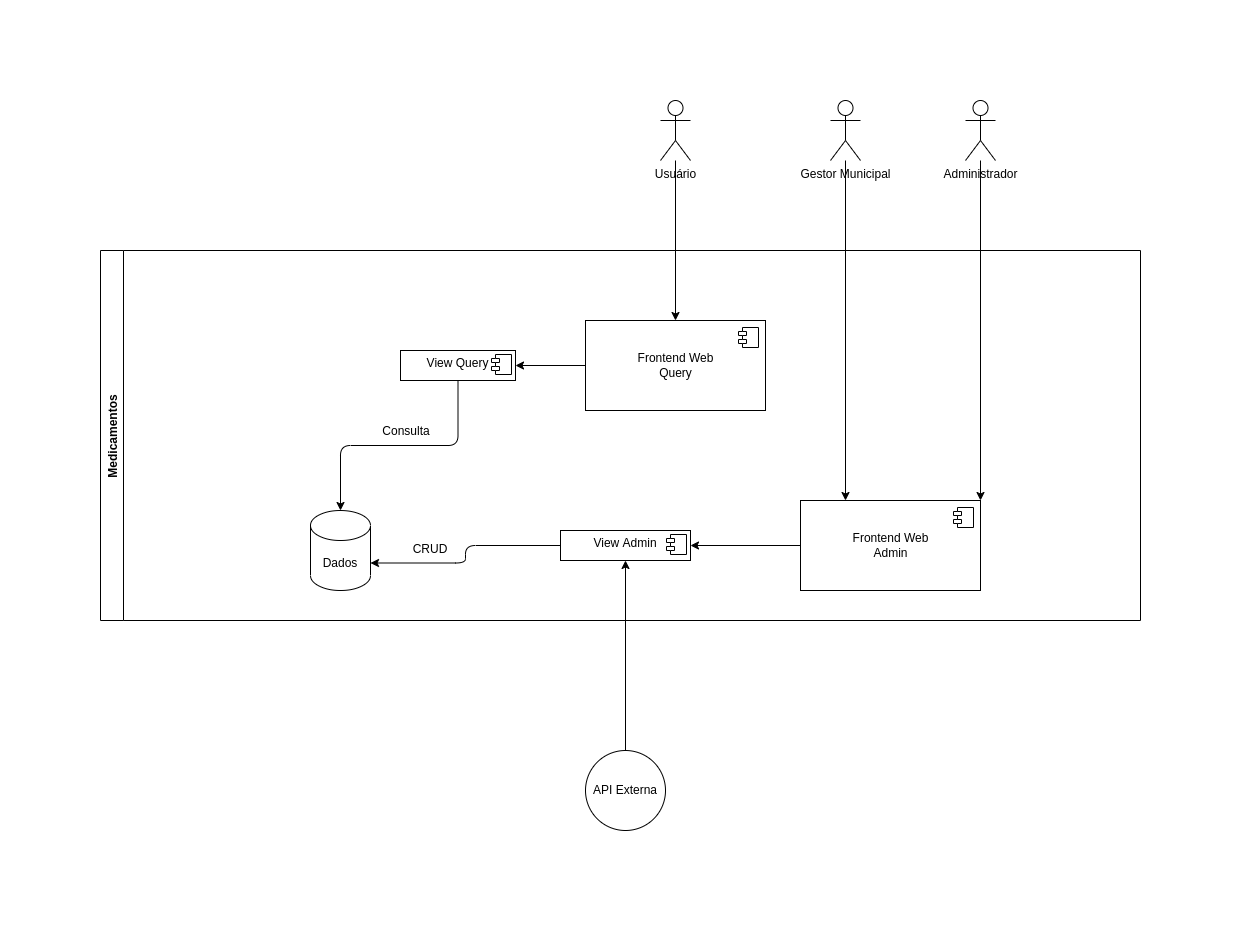
Before: medicamentos/imgs/Proposta-arquitetura.png, a diagram exported from draw.io (rbrthmn/software-design-2021). Source tidied: cells renumbered, new cells last; positions are measured from the earlier drawing's top-left corner, leaving out a move shared by most shapes.
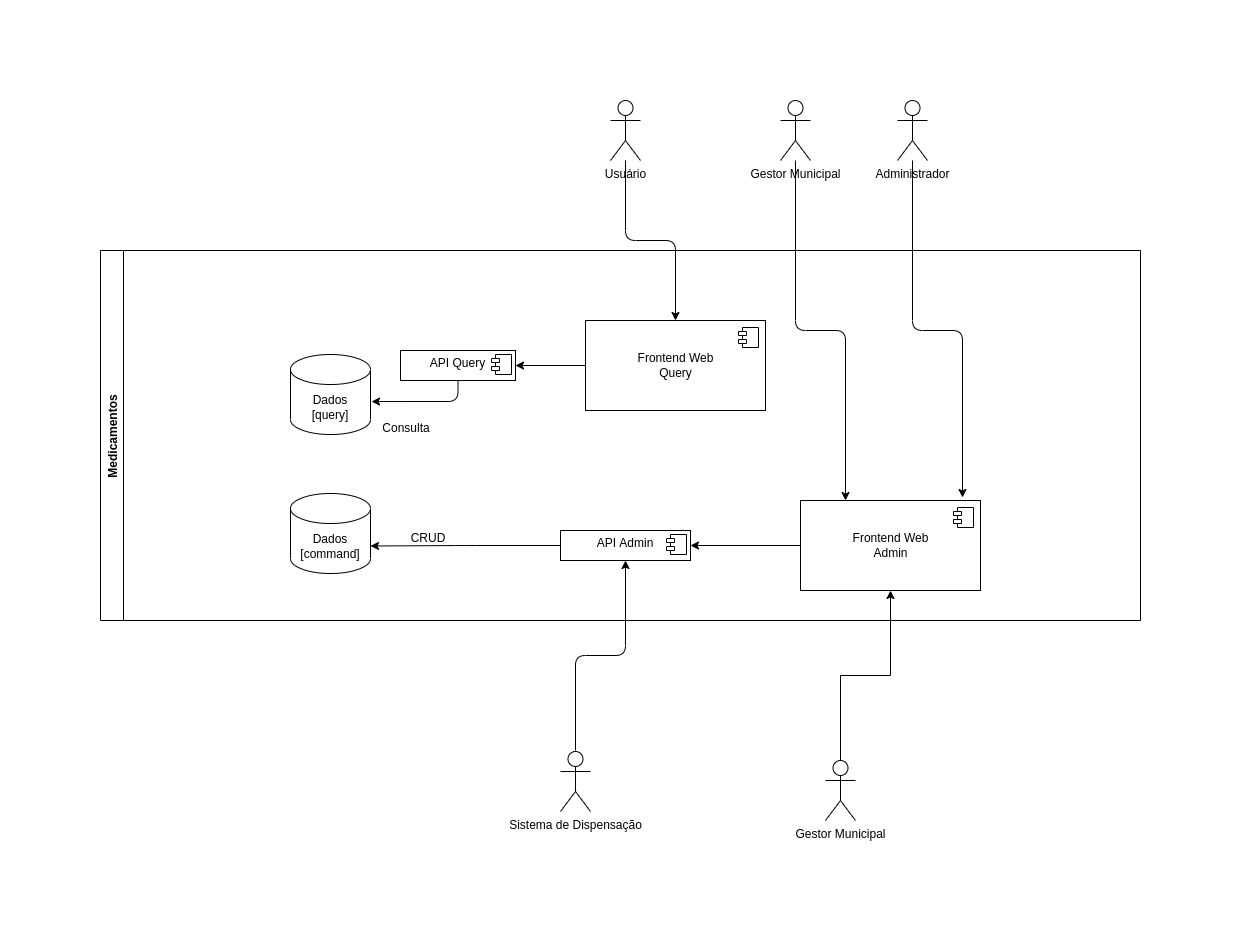
The same file after the commit.

Commit message:
adicionado banco de query

Diff of the diagram source:
```diff
@@ -2,17 +2,16 @@
   <root>
     <mxCell id="0" />
     <mxCell id="1" parent="0" />
-    <mxCell id="2" style="edgeStyle=orthogonalEdgeStyle;rounded=1;jettySize=auto;html=1;entryX=0.5;entryY=1;entryDx=0;entryDy=0;" parent="1" edge="1" source="3" target="13">
-      <mxGeometry relative="1" as="geometry" />
+    <mxCell id="2" style="edgeStyle=orthogonalEdgeStyle;rounded=1;jettySize=auto;html=1;entryX=0.5;entryY=1;entryDx=0;entryDy=0;" parent="1" edge="1" target="13">
+      <mxGeometry relative="1" as="geometry">
+        <mxPoint x="525" y="650" as="sourcePoint" />
+      </mxGeometry>
     </mxCell>
-    <mxCell id="3" value="API Externa" style="ellipse;whiteSpace=wrap;html=1;" parent="1" vertex="1">
-      <mxGeometry x="485" y="650" width="80" height="80" as="geometry" />
-    </mxCell>
-    <mxCell id="4" style="edgeStyle=orthogonalEdgeStyle;rounded=1;jettySize=auto;html=1;entryX=1;entryY=0;entryDx=0;entryDy=0;" parent="1" edge="1" source="5" target="21">
+    <mxCell id="4" style="edgeStyle=orthogonalEdgeStyle;rounded=1;jettySize=auto;html=1;entryX=0.9;entryY=-0.033;entryDx=0;entryDy=0;entryPerimeter=0;" parent="1" edge="1" source="5" target="21">
       <mxGeometry relative="1" as="geometry" />
     </mxCell>
     <mxCell id="5" value="Administrador" style="shape=umlActor;verticalLabelPosition=bottom;verticalAlign=top;html=1;outlineConnect=0;" parent="1" vertex="1">
-      <mxGeometry x="865" width="30" height="60" as="geometry" />
+      <mxGeometry x="847" width="30" height="60" as="geometry" />
     </mxCell>
     <mxCell id="6" style="edgeStyle=orthogonalEdgeStyle;rounded=1;jettySize=auto;html=1;entryX=0.25;entryY=0;entryDx=0;entryDy=0;" parent="1" edge="1" source="7" target="21">
       <mxGeometry relative="1" as="geometry" />
@@ -27,15 +26,15 @@
       <mxGeometry x="560" width="30" height="60" as="geometry" />
     </mxCell>
     <mxCell id="10" value="Medicamentos" style="swimlane;horizontal=0;" parent="1" vertex="1">
-      <mxGeometry y="150" width="1040" height="370" as="geometry" />
+      <mxGeometry x="50" y="150" width="1040" height="370" as="geometry" />
     </mxCell>
-    <mxCell id="11" style="edgeStyle=orthogonalEdgeStyle;rounded=1;jettySize=auto;html=1;entryX=0.5;entryY=0;entryDx=0;entryDy=0;entryPerimeter=0;exitX=0.5;exitY=1;exitDx=0;exitDy=0;" parent="10" edge="1" source="16" target="15">
+    <mxCell id="11" style="edgeStyle=orthogonalEdgeStyle;rounded=1;jettySize=auto;html=1;exitX=0.5;exitY=1;exitDx=0;exitDy=0;entryX=1.013;entryY=0.588;entryDx=0;entryDy=0;entryPerimeter=0;" parent="10" edge="1" source="16" target="26">
       <mxGeometry relative="1" as="geometry" />
     </mxCell>
     <mxCell id="12" style="edgeStyle=orthogonalEdgeStyle;rounded=1;jettySize=auto;html=1;entryX=1;entryY=0;entryDx=0;entryDy=52.5;entryPerimeter=0;" parent="10" edge="1" source="13" target="15">
       <mxGeometry relative="1" as="geometry" />
     </mxCell>
-    <mxCell id="13" value="&lt;p style=&quot;margin: 0px ; margin-top: 6px ; text-align: center&quot;&gt;View Admin&lt;/p&gt;" style="align=left;overflow=fill;html=1;" parent="10" vertex="1">
+    <mxCell id="13" value="&lt;p style=&quot;margin: 0px ; margin-top: 6px ; text-align: center&quot;&gt;API Admin&lt;/p&gt;" style="align=left;overflow=fill;html=1;" parent="10" vertex="1">
       <mxGeometry x="460" y="280" width="130" height="30" as="geometry" />
     </mxCell>
     <mxCell id="14" style="shape=component;jettyWidth=8;jettyHeight=4;" parent="13" vertex="1">
@@ -43,10 +42,10 @@
         <mxPoint x="-24" y="4" as="offset" />
       </mxGeometry>
     </mxCell>
-    <mxCell id="15" value="Dados" style="shape=cylinder3;whiteSpace=wrap;html=1;boundedLbl=1;backgroundOutline=1;size=15;" parent="10" vertex="1">
-      <mxGeometry x="210" y="260" width="60" height="80" as="geometry" />
+    <mxCell id="15" value="Dados&lt;br&gt;[command]" style="shape=cylinder3;whiteSpace=wrap;html=1;boundedLbl=1;backgroundOutline=1;size=15;" parent="10" vertex="1">
+      <mxGeometry x="190" y="243" width="80" height="80" as="geometry" />
     </mxCell>
-    <mxCell id="16" value="&lt;p style=&quot;margin: 0px ; margin-top: 6px ; text-align: center&quot;&gt;View Query&lt;/p&gt;" style="align=left;overflow=fill;html=1;" parent="10" vertex="1">
+    <mxCell id="16" value="&lt;p style=&quot;margin: 0px ; margin-top: 6px ; text-align: center&quot;&gt;API Query&lt;/p&gt;" style="align=left;overflow=fill;html=1;" parent="10" vertex="1">
       <mxGeometry x="300" y="100" width="115" height="30" as="geometry" />
     </mxCell>
     <mxCell id="17" style="shape=component;jettyWidth=8;jettyHeight=4;" parent="16" vertex="1">
@@ -77,10 +76,22 @@
       <mxGeometry relative="1" as="geometry" />
     </mxCell>
     <mxCell id="24" value="Consulta" style="text;html=1;strokeColor=none;fillColor=none;align=center;verticalAlign=middle;whiteSpace=wrap;rounded=0;" parent="10" vertex="1">
-      <mxGeometry x="276" y="166" width="60" height="30" as="geometry" />
+      <mxGeometry x="276" y="163" width="60" height="30" as="geometry" />
     </mxCell>
     <mxCell id="25" value="CRUD" style="text;html=1;strokeColor=none;fillColor=none;align=center;verticalAlign=middle;whiteSpace=wrap;rounded=0;" parent="10" vertex="1">
-      <mxGeometry x="300" y="284" width="60" height="30" as="geometry" />
+      <mxGeometry x="298" y="273" width="60" height="30" as="geometry" />
     </mxCell>
+    <mxCell id="26" value="Dados&lt;br&gt;[query]" style="shape=cylinder3;whiteSpace=wrap;html=1;boundedLbl=1;backgroundOutline=1;size=15;" parent="10" vertex="1">
+      <mxGeometry x="190" y="104" width="80" height="80" as="geometry" />
+    </mxCell>
+    <mxCell id="27" style="edgeStyle=orthogonalEdgeStyle;rounded=0;jettySize=auto;html=1;entryX=0.5;entryY=1;entryDx=0;entryDy=0;" parent="1" edge="1" source="28" target="21">
+      <mxGeometry relative="1" as="geometry" />
+    </mxCell>
+    <mxCell id="28" value="Gestor Municipal" style="shape=umlActor;verticalLabelPosition=bottom;verticalAlign=top;html=1;outlineConnect=0;" parent="1" vertex="1">
+      <mxGeometry x="775" y="660" width="30" height="60" as="geometry" />
+    </mxCell>
+    <mxCell id="29" value="&lt;span style=&quot;font-family: &amp;#34;helvetica&amp;#34;&quot;&gt;Sistema de Dispensação&lt;/span&gt;" style="shape=umlActor;verticalLabelPosition=bottom;verticalAlign=top;html=1;" parent="1" vertex="1">
+      <mxGeometry x="510" y="651" width="30" height="60" as="geometry" />
+    </mxCell>
   </root>
 </mxGraphModel>
```
